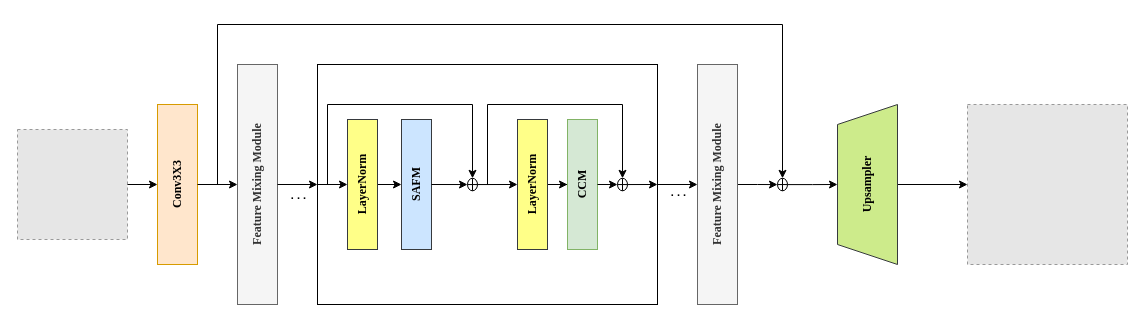
gao131/nlp-beginner keeps this draw.io diagram as 未命名绘图.drawio. Above is the earlier version. Source tidied: cells renumbered, new cells numbered last; positions are measured from the earlier drawing's top-left corner, leaving out a move shared by most shapes. Both pictures are drawn from the tidied source at 100%, with x=0, y=0 at pixel (17, 24). Pictures stored in the file or linked from it are replaced by grey dashed boxes.
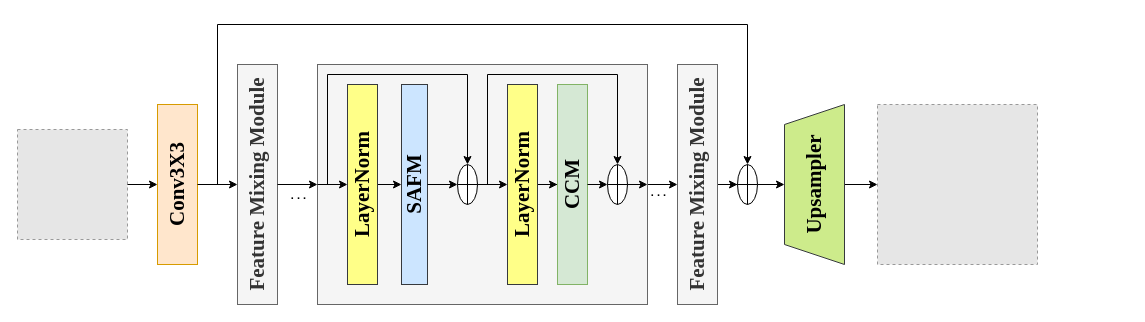
After the change.

Commit message:
更新未命名绘图.drawio

The edit, as a diff of the source:
```diff
@@
-<mxGraphModel>
+<mxGraphModel background="#ffffff">
@@
     <mxCell id="3" style="fillColor=#E6E6E6;strokeColor=#999999;dashed=1;verticalLabelPosition=bottom;verticalAlign=top;" parent="1" vertex="1">
-      <mxGeometry x="950" y="80" width="160" height="160" as="geometry" />
+      <mxGeometry x="860" y="80" width="160" height="160" as="geometry" />
     </mxCell>
@@
-    <mxCell id="5" value="&lt;div style=&quot;&quot;&gt;&lt;font face=&quot;Times New Roman&quot;&gt;&lt;b&gt;Conv3X3&lt;/b&gt;&lt;/font&gt;&lt;br&gt;&lt;/div&gt;" style="rounded=0;whiteSpace=wrap;html=1;horizontal=0;align=center;fillColor=#ffe6cc;strokeColor=#d79b00;" parent="1" vertex="1">
+    <mxCell id="5" value="&lt;div style=&quot;&quot;&gt;&lt;font size=&quot;1&quot;&gt;&lt;b style=&quot;font-size: 21px;&quot;&gt;Conv3X3&lt;/b&gt;&lt;/font&gt;&lt;br&gt;&lt;/div&gt;" style="rounded=0;whiteSpace=wrap;html=1;horizontal=0;align=center;fillColor=#ffe6cc;strokeColor=#d79b00;fontFamily=Times New Roman;" parent="1" vertex="1">
       <mxGeometry x="140" y="80" width="40" height="160" as="geometry" />
     </mxCell>
@@
-    <mxCell id="7" value="&lt;div&gt;&lt;font face=&quot;Times New Roman&quot;&gt;&lt;b&gt;Feature&amp;nbsp;&lt;span style=&quot;background-color: initial;&quot;&gt;Mixing Module&lt;/span&gt;&lt;/b&gt;&lt;/font&gt;&lt;/div&gt;" style="rounded=0;whiteSpace=wrap;html=1;align=center;verticalAlign=middle;horizontal=0;fillColor=#f5f5f5;fontColor=#333333;strokeColor=#666666;" parent="1" vertex="1">
+    <mxCell id="7" value="&lt;div&gt;&lt;font style=&quot;font-size: 21px;&quot;&gt;&lt;b&gt;Feature&amp;nbsp;&lt;span style=&quot;background-color: initial;&quot;&gt;Mixing Module&lt;/span&gt;&lt;/b&gt;&lt;/font&gt;&lt;/div&gt;" style="rounded=0;whiteSpace=wrap;html=1;align=center;verticalAlign=middle;horizontal=0;fillColor=#f5f5f5;fontColor=#333333;strokeColor=#666666;fontFamily=Times New Roman;" parent="1" vertex="1">
       <mxGeometry x="220" y="40" width="40" height="240" as="geometry" />
     </mxCell>
@@
-    <mxCell id="23" style="rounded=0;whiteSpace=wrap;html=1;" parent="1" vertex="1">
-      <mxGeometry x="300" y="40" width="340" height="240" as="geometry" />
+    <mxCell id="23" style="rounded=0;whiteSpace=wrap;html=1;fillColor=#f5f5f5;fontColor=#333333;strokeColor=#666666;" parent="1" vertex="1">
+      <mxGeometry x="300" y="40" width="330" height="240" as="geometry" />
     </mxCell>
@@
-    <mxCell id="25" value="LayerNorm" style="rounded=0;whiteSpace=wrap;html=1;fontStyle=1;horizontal=0;fillColor=#ffff88;strokeColor=#36393d;fontFamily=Times New Roman;" parent="1" vertex="1">
-      <mxGeometry x="330" y="95" width="30" height="130" as="geometry" />
+    <mxCell id="25" value="&lt;font style=&quot;font-size: 21px;&quot;&gt;LayerNorm&lt;/font&gt;" style="rounded=0;whiteSpace=wrap;html=1;fontStyle=1;horizontal=0;fillColor=#ffff88;strokeColor=#36393d;fontFamily=Times New Roman;" parent="1" vertex="1">
+      <mxGeometry x="330" y="60" width="30" height="200" as="geometry" />
     </mxCell>
-    <mxCell id="26" value="&lt;b&gt;SAFM&lt;/b&gt;" style="rounded=0;whiteSpace=wrap;html=1;horizontal=0;fontFamily=Times New Roman;fillColor=#cce5ff;strokeColor=#36393d;" parent="1" vertex="1">
-      <mxGeometry x="384" y="95" width="30" height="130" as="geometry" />
+    <mxCell id="26" value="&lt;b&gt;&lt;font style=&quot;font-size: 21px;&quot;&gt;SAFM&lt;/font&gt;&lt;/b&gt;" style="rounded=0;whiteSpace=wrap;html=1;horizontal=0;fontFamily=Times New Roman;fillColor=#cce5ff;strokeColor=#36393d;" parent="1" vertex="1">
+      <mxGeometry x="384" y="60" width="26" height="200" as="geometry" />
     </mxCell>
@@
     <mxCell id="29" style="shape=orEllipse;perimeter=ellipsePerimeter;whiteSpace=wrap;html=1;backgroundOutline=1;" parent="1" vertex="1">
-      <mxGeometry x="450" y="153.8" width="10" height="12.5" as="geometry" />
+      <mxGeometry x="440" y="140" width="20" height="40" as="geometry" />
     </mxCell>
     <mxCell id="30" style="endArrow=classic;html=1;rounded=0;entryX=0.5;entryY=0;entryDx=0;entryDy=0;" parent="1" edge="1" target="29">
       <mxGeometry relative="1" as="geometry">
         <mxPoint x="310" y="160" as="sourcePoint" />
         <Array as="points">
-          <mxPoint x="310" y="80" />
-          <mxPoint x="455" y="80" />
+          <mxPoint x="310" y="50" />
+          <mxPoint x="450" y="50" />
         </Array>
       </mxGeometry>
     </mxCell>
@@
-    <mxCell id="32" value="LayerNorm" style="rounded=0;whiteSpace=wrap;html=1;fontStyle=1;horizontal=0;fillColor=#ffff88;strokeColor=#36393d;fontFamily=Times New Roman;" parent="1" vertex="1">
-      <mxGeometry x="500" y="95" width="30" height="130" as="geometry" />
+    <mxCell id="32" value="&lt;font style=&quot;font-size: 21px;&quot;&gt;LayerNorm&lt;/font&gt;" style="rounded=0;whiteSpace=wrap;html=1;fontStyle=1;horizontal=0;fillColor=#ffff88;strokeColor=#36393d;fontFamily=Times New Roman;" parent="1" vertex="1">
+      <mxGeometry x="490" y="60" width="30" height="200" as="geometry" />
     </mxCell>
-    <mxCell id="33" value="&lt;b&gt;CCM&lt;/b&gt;" style="rounded=0;whiteSpace=wrap;html=1;horizontal=0;fontFamily=Times New Roman;fillColor=#d5e8d4;strokeColor=#82b366;" parent="1" vertex="1">
-      <mxGeometry x="550" y="95" width="30" height="130" as="geometry" />
+    <mxCell id="33" value="&lt;b&gt;&lt;font style=&quot;font-size: 21px;&quot;&gt;CCM&lt;/font&gt;&lt;/b&gt;" style="rounded=0;whiteSpace=wrap;html=1;horizontal=0;fontFamily=Times New Roman;fillColor=#d5e8d4;strokeColor=#82b366;" parent="1" vertex="1">
+      <mxGeometry x="540" y="60" width="30" height="200" as="geometry" />
     </mxCell>
@@
     <mxCell id="35" style="shape=orEllipse;perimeter=ellipsePerimeter;whiteSpace=wrap;html=1;backgroundOutline=1;" parent="1" vertex="1">
-      <mxGeometry x="600" y="153.8" width="10" height="12.5" as="geometry" />
+      <mxGeometry x="590" y="140" width="20" height="40" as="geometry" />
     </mxCell>
     <mxCell id="36" style="endArrow=classic;html=1;rounded=0;entryX=0.5;entryY=0;entryDx=0;entryDy=0;" parent="1" edge="1" target="35">
       <mxGeometry relative="1" as="geometry">
         <mxPoint x="470" y="160" as="sourcePoint" />
         <Array as="points">
-          <mxPoint x="470" y="80" />
-          <mxPoint x="605" y="80" />
+          <mxPoint x="470" y="50" />
+          <mxPoint x="600" y="50" />
         </Array>
       </mxGeometry>
     </mxCell>
@@
     <mxCell id="39" value=". . ." style="edgeLabel;html=1;align=center;verticalAlign=middle;fontStyle=1;" parent="1" vertex="1">
-      <mxGeometry x="290" y="166.2" as="geometry">
+      <mxGeometry x="270" y="166.2" as="geometry">
         <mxPoint x="370" y="1" as="offset" />
       </mxGeometry>
     </mxCell>
@@
-    <mxCell id="41" value="&lt;div&gt;&lt;font face=&quot;Times New Roman&quot;&gt;&lt;b&gt;Feature&amp;nbsp;&lt;span style=&quot;background-color: initial;&quot;&gt;Mixing Module&lt;/span&gt;&lt;/b&gt;&lt;/font&gt;&lt;/div&gt;" style="rounded=0;whiteSpace=wrap;html=1;align=center;verticalAlign=middle;horizontal=0;fillColor=#f5f5f5;fontColor=#333333;strokeColor=#666666;" parent="1" vertex="1">
-      <mxGeometry x="680" y="40" width="40" height="240" as="geometry" />
+    <mxCell id="41" value="&lt;div&gt;&lt;font style=&quot;font-size: 21px;&quot;&gt;&lt;b&gt;Feature&amp;nbsp;&lt;span style=&quot;background-color: initial;&quot;&gt;Mixing Module&lt;/span&gt;&lt;/b&gt;&lt;/font&gt;&lt;/div&gt;" style="rounded=0;whiteSpace=wrap;html=1;align=center;verticalAlign=middle;horizontal=0;fillColor=#f5f5f5;fontColor=#333333;strokeColor=#666666;fontFamily=Times New Roman;" parent="1" vertex="1">
+      <mxGeometry x="660" y="40" width="40" height="240" as="geometry" />
     </mxCell>
@@
     <mxCell id="43" style="shape=orEllipse;perimeter=ellipsePerimeter;whiteSpace=wrap;html=1;backgroundOutline=1;" parent="1" vertex="1">
-      <mxGeometry x="760" y="153.8" width="10" height="12.5" as="geometry" />
+      <mxGeometry x="720" y="140" width="20" height="40" as="geometry" />
     </mxCell>
     <mxCell id="44" style="endArrow=classic;html=1;rounded=0;entryX=0.5;entryY=0;entryDx=0;entryDy=0;" parent="1" edge="1" target="43">
       <mxGeometry relative="1" as="geometry">
         <mxPoint x="200" y="160" as="sourcePoint" />
         <Array as="points">
           <mxPoint x="200" />
-          <mxPoint x="765" />
+          <mxPoint x="730" />
         </Array>
       </mxGeometry>
     </mxCell>
@@
-    <mxCell id="46" value="&lt;b&gt;&lt;font face=&quot;Times New Roman&quot;&gt;Upsampler&lt;/font&gt;&lt;/b&gt;" style="shape=trapezoid;perimeter=trapezoidPerimeter;whiteSpace=wrap;html=1;fixedSize=1;direction=north;horizontal=0;fillColor=#cdeb8b;strokeColor=#36393d;" parent="1" vertex="1">
-      <mxGeometry x="820" y="80" width="60" height="160" as="geometry" />
+    <mxCell id="46" value="&lt;b&gt;&lt;font style=&quot;font-size: 21px;&quot;&gt;Upsampler&lt;/font&gt;&lt;/b&gt;" style="shape=trapezoid;perimeter=trapezoidPerimeter;whiteSpace=wrap;html=1;fixedSize=1;direction=north;horizontal=0;fillColor=#cdeb8b;strokeColor=#36393d;fontFamily=Times New Roman;" parent="1" vertex="1">
+      <mxGeometry x="767" y="80" width="60" height="160" as="geometry" />
     </mxCell>
```
